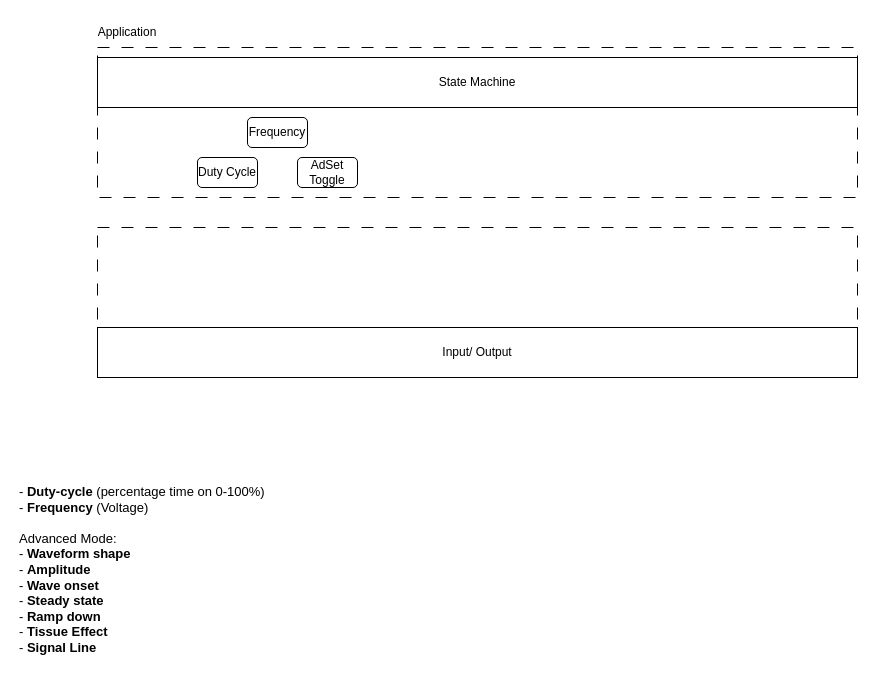
Before: page "EMS" (1 of 6) of Embedded_Sys_Software_Architecture.drawio in PJPDQ/Engineering-Workflows, a draw.io diagram. Source tidied: cells renumbered, new cells numbered last; positions are measured from the earlier drawing's top-left corner, leaving out a move shared by most shapes. Both pictures are drawn from the tidied source at 100%, with x=0, y=0 at pixel (17, 17).
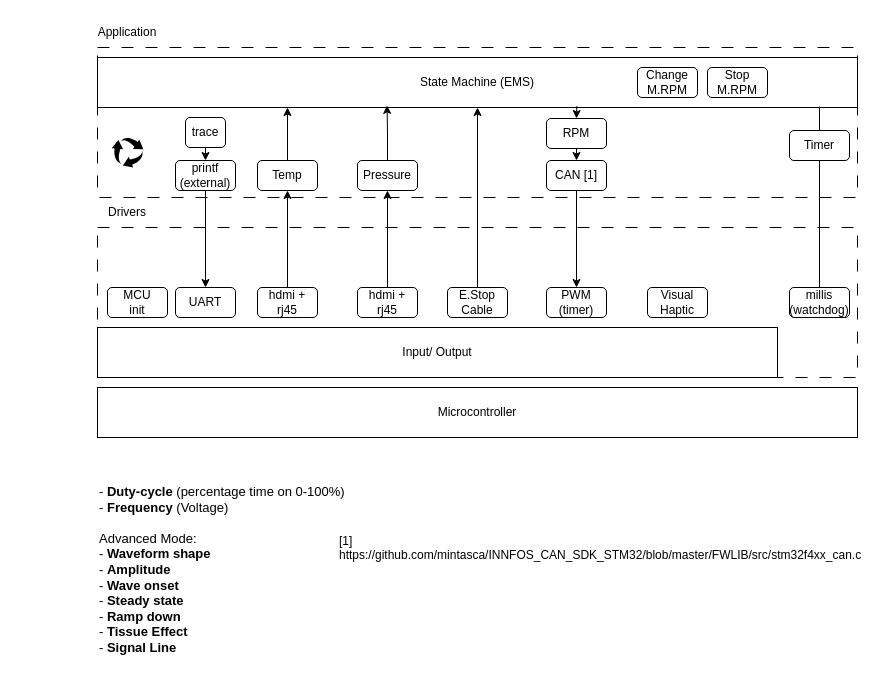
The same page after the edit.

What changed in the source:
```diff
@@
-    <mxCell id="3" value="State Machine" style="rounded=0;whiteSpace=wrap;html=1;" parent="1" vertex="1">
+    <mxCell id="3" value="State Machine (EMS)" style="rounded=0;whiteSpace=wrap;html=1;" parent="1" vertex="1">
       <mxGeometry x="80" y="40" width="760" height="50" as="geometry" />
     </mxCell>
@@
     <mxCell id="6" value="Input/ Output" style="rounded=0;whiteSpace=wrap;html=1;" parent="1" vertex="1">
-      <mxGeometry x="80" y="310" width="760" height="50" as="geometry" />
+      <mxGeometry x="80" y="310" width="680" height="50" as="geometry" />
     </mxCell>
+    <mxCell id="11" style="edgeStyle=orthogonalEdgeStyle;rounded=0;jettySize=auto;html=1;exitX=0.5;exitY=0;exitDx=0;exitDy=0;entryX=0.25;entryY=1;entryDx=0;entryDy=0;" parent="1" edge="1" source="7" target="3">
+      <mxGeometry relative="1" as="geometry" />
+    </mxCell>
-    <mxCell id="7" value="Duty Cycle" style="rounded=1;whiteSpace=wrap;html=1;" parent="1" vertex="1">
-      <mxGeometry x="180" y="140" width="60" height="30" as="geometry" />
+    <mxCell id="7" value="Temp" style="rounded=1;whiteSpace=wrap;html=1;" parent="1" vertex="1">
+      <mxGeometry x="240" y="143" width="60" height="30" as="geometry" />
     </mxCell>
-    <mxCell id="8" value="Frequency" style="rounded=1;whiteSpace=wrap;html=1;" parent="1" vertex="1">
-      <mxGeometry x="230" y="100" width="60" height="30" as="geometry" />
+    <mxCell id="8" value="Pressure" style="rounded=1;whiteSpace=wrap;html=1;" parent="1" vertex="1">
+      <mxGeometry x="340" y="143" width="60" height="30" as="geometry" />
     </mxCell>
+    <mxCell id="12" style="edgeStyle=orthogonalEdgeStyle;rounded=0;jettySize=auto;html=1;exitX=0.5;exitY=1;exitDx=0;exitDy=0;entryX=0.5;entryY=0;entryDx=0;entryDy=0;" parent="1" edge="1" source="9" target="29">
+      <mxGeometry relative="1" as="geometry" />
+    </mxCell>
-    <mxCell id="9" value="AdSet Toggle" style="rounded=1;whiteSpace=wrap;html=1;" parent="1" vertex="1">
-      <mxGeometry x="280" y="140" width="60" height="30" as="geometry" />
+    <mxCell id="9" value="RPM" style="rounded=1;whiteSpace=wrap;html=1;" parent="1" vertex="1">
+      <mxGeometry x="529" y="101" width="60" height="30" as="geometry" />
     </mxCell>
     <mxCell id="10" value="&lt;span style=&quot;color: rgb(0, 0, 0); font-family: Arial; font-size: 13px; font-style: normal; font-variant-ligatures: normal; font-variant-caps: normal; font-weight: normal; letter-spacing: normal; orphans: 2; text-align: left; text-indent: 0px; text-transform: none; widows: 2; word-spacing: 0px; -webkit-text-stroke-width: 0px; white-space: pre-wrap; text-decoration: none; text-decoration-skip-ink: none;&quot;&gt;- &lt;/span&gt;&lt;span style=&quot;color: rgb(0, 0, 0); font-family: Arial; font-size: 13px; font-style: normal; font-variant-ligatures: normal; font-variant-caps: normal; letter-spacing: normal; orphans: 2; text-align: left; text-indent: 0px; text-transform: none; widows: 2; word-spacing: 0px; -webkit-text-stroke-width: 0px; white-space: pre-wrap; text-decoration: none; font-weight: bold; text-decoration-skip-ink: none;&quot;&gt;Duty-cycle&lt;/span&gt;&lt;span style=&quot;color: rgb(0, 0, 0); font-family: Arial; font-size: 13px; font-style: normal; font-variant-ligatures: normal; font-variant-caps: normal; font-weight: normal; letter-spacing: normal; orphans: 2; text-align: left; text-indent: 0px; text-transform: none; widows: 2; word-spacing: 0px; -webkit-text-stroke-width: 0px; white-space: pre-wrap; text-decoration: none; text-decoration-skip-ink: none;&quot;&gt; (percentage time on 0-100%)&#10;- &lt;/span&gt;&lt;span style=&quot;color: rgb(0, 0, 0); font-family: Arial; font-size: 13px; font-style: normal; font-variant-ligatures: normal; font-variant-caps: normal; letter-spacing: normal; orphans: 2; text-align: left; text-indent: 0px; text-transform: none; widows: 2; word-spacing: 0px; -webkit-text-stroke-width: 0px; white-space: pre-wrap; text-decoration: none; font-weight: bold; text-decoration-skip-ink: none;&quot;&gt;Frequency &lt;/span&gt;&lt;span style=&quot;color: rgb(0, 0, 0); font-family: Arial; font-size: 13px; font-style: normal; font-variant-ligatures: normal; font-variant-caps: normal; font-weight: normal; letter-spacing: normal; orphans: 2; text-align: left; text-indent: 0px; text-transform: none; widows: 2; word-spacing: 0px; -webkit-text-stroke-width: 0px; white-space: pre-wrap; text-decoration: none; text-decoration-skip-ink: none;&quot;&gt;(Voltage)&#10;&#10;Advanced Mode:&#10;- &lt;/span&gt;&lt;span style=&quot;color: rgb(0, 0, 0); font-family: Arial; font-size: 13px; font-style: normal; font-variant-ligatures: normal; font-variant-caps: normal; letter-spacing: normal; orphans: 2; text-align: left; text-indent: 0px; text-transform: none; widows: 2; word-spacing: 0px; -webkit-text-stroke-width: 0px; white-space: pre-wrap; text-decoration: none; font-weight: bold; text-decoration-skip-ink: none;&quot;&gt;Waveform shape&lt;/span&gt;&lt;span style=&quot;color: rgb(0, 0, 0); font-family: Arial; font-size: 13px; font-style: normal; font-variant-ligatures: normal; font-variant-caps: normal; font-weight: normal; letter-spacing: normal; orphans: 2; text-align: left; text-indent: 0px; text-transform: none; widows: 2; word-spacing: 0px; -webkit-text-stroke-width: 0px; white-space: pre-wrap; text-decoration: none; text-decoration-skip-ink: none;&quot;&gt;&#10;- &lt;/span&gt;&lt;span style=&quot;color: rgb(0, 0, 0); font-family: Arial; font-size: 13px; font-style: normal; font-variant-ligatures: normal; font-variant-caps: normal; letter-spacing: normal; orphans: 2; text-align: left; text-indent: 0px; text-transform: none; widows: 2; word-spacing: 0px; -webkit-text-stroke-width: 0px; white-space: pre-wrap; text-decoration: none; font-weight: bold; text-decoration-skip-ink: none;&quot;&gt;Amplitude&lt;/span&gt;&lt;span style=&quot;color: rgb(0, 0, 0); font-family: Arial; font-size: 13px; font-style: normal; font-variant-ligatures: normal; font-variant-caps: normal; font-weight: normal; letter-spacing: normal; orphans: 2; text-align: left; text-indent: 0px; text-transform: none; widows: 2; word-spacing: 0px; -webkit-text-stroke-width: 0px; white-space: pre-wrap; text-decoration: none; text-decoration-skip-ink: none;&quot;&gt;&#10;- &lt;/span&gt;&lt;span style=&quot;color: rgb(0, 0, 0); font-family: Arial; font-size: 13px; font-style: normal; font-variant-ligatures: normal; font-variant-caps: normal; letter-spacing: normal; orphans: 2; text-align: left; text-indent: 0px; text-transform: none; widows: 2; word-spacing: 0px; -webkit-text-stroke-width: 0px; white-space: pre-wrap; text-decoration: none; font-weight: bold; text-decoration-skip-ink: none;&quot;&gt;Wave onset&lt;/span&gt;&lt;span style=&quot;color: rgb(0, 0, 0); font-family: Arial; font-size: 13px; font-style: normal; font-variant-ligatures: normal; font-variant-caps: normal; font-weight: normal; letter-spacing: normal; orphans: 2; text-align: left; text-indent: 0px; text-transform: none; widows: 2; word-spacing: 0px; -webkit-text-stroke-width: 0px; white-space: pre-wrap; text-decoration: none; text-decoration-skip-ink: none;&quot;&gt;&#10;- &lt;/span&gt;&lt;span style=&quot;color: rgb(0, 0, 0); font-family: Arial; font-size: 13px; font-style: normal; font-variant-ligatures: normal; font-variant-caps: normal; letter-spacing: normal; orphans: 2; text-align: left; text-indent: 0px; text-transform: none; widows: 2; word-spacing: 0px; -webkit-text-stroke-width: 0px; white-space: pre-wrap; text-decoration: none; font-weight: bold; text-decoration-skip-ink: none;&quot;&gt;Steady state&lt;/span&gt;&lt;span style=&quot;color: rgb(0, 0, 0); font-family: Arial; font-size: 13px; font-style: normal; font-variant-ligatures: normal; font-variant-caps: normal; font-weight: normal; letter-spacing: normal; orphans: 2; text-align: left; text-indent: 0px; text-transform: none; widows: 2; word-spacing: 0px; -webkit-text-stroke-width: 0px; white-space: pre-wrap; text-decoration: none; text-decoration-skip-ink: none;&quot;&gt;&#10;- &lt;/span&gt;&lt;span style=&quot;color: rgb(0, 0, 0); font-family: Arial; font-size: 13px; font-style: normal; font-variant-ligatures: normal; font-variant-caps: normal; letter-spacing: normal; orphans: 2; text-align: left; text-indent: 0px; text-transform: none; widows: 2; word-spacing: 0px; -webkit-text-stroke-width: 0px; white-space: pre-wrap; text-decoration: none; font-weight: bold; text-decoration-skip-ink: none;&quot;&gt;Ramp down&lt;/span&gt;&lt;span style=&quot;color: rgb(0, 0, 0); font-family: Arial; font-size: 13px; font-style: normal; font-variant-ligatures: normal; font-variant-caps: normal; font-weight: normal; letter-spacing: normal; orphans: 2; text-align: left; text-indent: 0px; text-transform: none; widows: 2; word-spacing: 0px; -webkit-text-stroke-width: 0px; white-space: pre-wrap; text-decoration: none; text-decoration-skip-ink: none;&quot;&gt;&#10;- &lt;/span&gt;&lt;span style=&quot;color: rgb(0, 0, 0); font-family: Arial; font-size: 13px; font-style: normal; font-variant-ligatures: normal; font-variant-caps: normal; letter-spacing: normal; orphans: 2; text-align: left; text-indent: 0px; text-transform: none; widows: 2; word-spacing: 0px; -webkit-text-stroke-width: 0px; white-space: pre-wrap; text-decoration: none; font-weight: bold; text-decoration-skip-ink: none;&quot;&gt;Tissue Effect&lt;/span&gt;&lt;span style=&quot;color: rgb(0, 0, 0); font-family: Arial; font-size: 13px; font-style: normal; font-variant-ligatures: normal; font-variant-caps: normal; font-weight: normal; letter-spacing: normal; orphans: 2; text-align: left; text-indent: 0px; text-transform: none; widows: 2; word-spacing: 0px; -webkit-text-stroke-width: 0px; white-space: pre-wrap; text-decoration: none; text-decoration-skip-ink: none;&quot;&gt;&#10;- &lt;/span&gt;&lt;span style=&quot;color: rgb(0, 0, 0); font-family: Arial; font-size: 13px; font-style: normal; font-variant-ligatures: normal; font-variant-caps: normal; letter-spacing: normal; orphans: 2; text-align: left; text-indent: 0px; text-transform: none; widows: 2; word-spacing: 0px; -webkit-text-stroke-width: 0px; white-space: pre-wrap; text-decoration: none; font-weight: bold; text-decoration-skip-ink: none;&quot;&gt;Signal Line&lt;/span&gt;" style="text;whiteSpace=wrap;html=1;" parent="1" vertex="1">
-      <mxGeometry y="460" width="280" height="200" as="geometry" />
+      <mxGeometry x="80" y="460" width="280" height="200" as="geometry" />
     </mxCell>
+    <mxCell id="13" value="UART" style="rounded=1;whiteSpace=wrap;html=1;" parent="1" vertex="1">
+      <mxGeometry x="158" y="270" width="60" height="30" as="geometry" />
+    </mxCell>
+    <mxCell id="14" style="edgeStyle=orthogonalEdgeStyle;rounded=0;jettySize=auto;html=1;exitX=0.5;exitY=0;exitDx=0;exitDy=0;entryX=0.5;entryY=1;entryDx=0;entryDy=0;" parent="1" edge="1" source="15" target="7">
+      <mxGeometry relative="1" as="geometry" />
+    </mxCell>
+    <mxCell id="15" value="hdmi + rj45" style="rounded=1;whiteSpace=wrap;html=1;" parent="1" vertex="1">
+      <mxGeometry x="240" y="270" width="60" height="30" as="geometry" />
+    </mxCell>
+    <mxCell id="16" style="edgeStyle=orthogonalEdgeStyle;rounded=0;jettySize=auto;html=1;exitX=0.5;exitY=0;exitDx=0;exitDy=0;entryX=0.5;entryY=1;entryDx=0;entryDy=0;" parent="1" edge="1" source="17" target="8">
+      <mxGeometry relative="1" as="geometry" />
+    </mxCell>
+    <mxCell id="17" value="hdmi + rj45" style="rounded=1;whiteSpace=wrap;html=1;" parent="1" vertex="1">
+      <mxGeometry x="340" y="270" width="60" height="30" as="geometry" />
+    </mxCell>
+    <mxCell id="18" value="PWM (timer)" style="rounded=1;whiteSpace=wrap;html=1;" parent="1" vertex="1">
+      <mxGeometry x="529" y="270" width="60" height="30" as="geometry" />
+    </mxCell>
+    <mxCell id="19" value="Visual Haptic" style="rounded=1;whiteSpace=wrap;html=1;" parent="1" vertex="1">
+      <mxGeometry x="630" y="270" width="60" height="30" as="geometry" />
+    </mxCell>
+    <mxCell id="20" value="millis&lt;div&gt;(watchdog)&lt;/div&gt;" style="rounded=1;whiteSpace=wrap;html=1;" parent="1" vertex="1">
+      <mxGeometry x="772" y="270" width="60" height="30" as="geometry" />
+    </mxCell>
+    <mxCell id="21" value="MCU&lt;div&gt;init&lt;/div&gt;" style="rounded=1;whiteSpace=wrap;html=1;" parent="1" vertex="1">
+      <mxGeometry x="90" y="270" width="60" height="30" as="geometry" />
+    </mxCell>
+    <mxCell id="22" style="edgeStyle=orthogonalEdgeStyle;rounded=0;jettySize=auto;html=1;exitX=0.5;exitY=1;exitDx=0;exitDy=0;entryX=0.5;entryY=0;entryDx=0;entryDy=0;" parent="1" edge="1" source="23" target="13">
+      <mxGeometry relative="1" as="geometry" />
+    </mxCell>
+    <mxCell id="23" value="printf (external)" style="rounded=1;whiteSpace=wrap;html=1;" parent="1" vertex="1">
+      <mxGeometry x="158" y="143" width="60" height="30" as="geometry" />
+    </mxCell>
+    <mxCell id="24" style="edgeStyle=orthogonalEdgeStyle;rounded=0;jettySize=auto;html=1;exitX=0.5;exitY=1;exitDx=0;exitDy=0;entryX=0.5;entryY=0;entryDx=0;entryDy=0;" parent="1" edge="1" source="25" target="23">
+      <mxGeometry relative="1" as="geometry" />
+    </mxCell>
+    <mxCell id="25" value="trace" style="rounded=1;whiteSpace=wrap;html=1;" parent="1" vertex="1">
+      <mxGeometry x="168" y="100" width="40" height="30" as="geometry" />
+    </mxCell>
+    <mxCell id="26" style="edgeStyle=orthogonalEdgeStyle;rounded=0;jettySize=auto;html=1;exitX=0.5;exitY=0;exitDx=0;exitDy=0;entryX=0.381;entryY=0.958;entryDx=0;entryDy=0;entryPerimeter=0;" parent="1" edge="1" source="8" target="3">
+      <mxGeometry relative="1" as="geometry" />
+    </mxCell>
+    <mxCell id="27" style="edgeStyle=orthogonalEdgeStyle;rounded=0;jettySize=auto;html=1;exitX=0.5;exitY=0;exitDx=0;exitDy=0;entryX=0.632;entryY=0.973;entryDx=0;entryDy=0;entryPerimeter=0;endArrow=none;endFill=0;startArrow=classic;startFill=1;" parent="1" edge="1" source="9">
+      <mxGeometry relative="1" as="geometry">
+        <mxPoint x="559.3" y="88.6" as="targetPoint" />
+      </mxGeometry>
+    </mxCell>
+    <mxCell id="28" style="edgeStyle=orthogonalEdgeStyle;rounded=0;jettySize=auto;html=1;exitX=0.5;exitY=1;exitDx=0;exitDy=0;entryX=0.5;entryY=0;entryDx=0;entryDy=0;" parent="1" edge="1" source="29" target="18">
+      <mxGeometry relative="1" as="geometry" />
+    </mxCell>
+    <mxCell id="29" value="CAN [1]" style="rounded=1;whiteSpace=wrap;html=1;" parent="1" vertex="1">
+      <mxGeometry x="529" y="143" width="60" height="30" as="geometry" />
+    </mxCell>
+    <mxCell id="30" value="[1] https://github.com/mintasca/INNFOS_CAN_SDK_STM32/blob/master/FWLIB/src/stm32f4xx_can.c" style="text;whiteSpace=wrap;" parent="1" vertex="1">
+      <mxGeometry x="320" y="510" width="290" height="40" as="geometry" />
+    </mxCell>
+    <mxCell id="31" style="edgeStyle=orthogonalEdgeStyle;rounded=0;jettySize=auto;html=1;exitX=0.5;exitY=0;exitDx=0;exitDy=0;entryX=0.5;entryY=1;entryDx=0;entryDy=0;" parent="1" edge="1" source="32" target="3">
+      <mxGeometry relative="1" as="geometry" />
+    </mxCell>
+    <mxCell id="32" value="E.Stop Cable" style="rounded=1;whiteSpace=wrap;html=1;" parent="1" vertex="1">
+      <mxGeometry x="430" y="270" width="60" height="30" as="geometry" />
+    </mxCell>
+    <mxCell id="33" value="Change M.RPM" style="rounded=1;whiteSpace=wrap;html=1;" parent="1" vertex="1">
+      <mxGeometry x="620" y="50" width="60" height="30" as="geometry" />
+    </mxCell>
+    <mxCell id="34" value="Stop M.RPM" style="rounded=1;whiteSpace=wrap;html=1;" parent="1" vertex="1">
+      <mxGeometry x="690" y="50" width="60" height="30" as="geometry" />
+    </mxCell>
+    <mxCell id="35" style="edgeStyle=orthogonalEdgeStyle;rounded=0;jettySize=auto;html=1;exitX=0.5;exitY=1;exitDx=0;exitDy=0;endArrow=none;endFill=0;entryX=0.5;entryY=0;entryDx=0;entryDy=0;" parent="1" edge="1" source="36" target="20">
+      <mxGeometry relative="1" as="geometry" />
+    </mxCell>
+    <mxCell id="36" value="Timer" style="rounded=1;whiteSpace=wrap;html=1;" parent="1" vertex="1">
+      <mxGeometry x="772" y="113" width="60" height="30" as="geometry" />
+    </mxCell>
+    <mxCell id="37" style="edgeStyle=orthogonalEdgeStyle;rounded=0;jettySize=auto;html=1;exitX=0.5;exitY=0;exitDx=0;exitDy=0;entryX=0.903;entryY=0.978;entryDx=0;entryDy=0;entryPerimeter=0;endArrow=none;endFill=0;" parent="1" edge="1" source="36">
+      <mxGeometry relative="1" as="geometry">
+        <mxPoint x="802" y="89" as="targetPoint" />
+      </mxGeometry>
+    </mxCell>
+    <mxCell id="38" value="Microcontroller" style="rounded=0;whiteSpace=wrap;html=1;" parent="1" vertex="1">
+      <mxGeometry x="80" y="370" width="760" height="50" as="geometry" />
+    </mxCell>
+    <mxCell id="39" value="Drivers" style="text;html=1;align=center;verticalAlign=middle;whiteSpace=wrap;rounded=0;" parent="1" vertex="1">
+      <mxGeometry x="80" y="180" width="60" height="30" as="geometry" />
+    </mxCell>
+    <mxCell id="40" style="sketch=0;html=1;strokeColor=none;shadow=0;fillColor=#00000;verticalAlign=top;labelPosition=center;verticalLabelPosition=bottom;shape=mxgraph.gcp2.arrow_cycle;" parent="1" vertex="1">
+      <mxGeometry x="94.2" y="120" width="31.6" height="30" as="geometry" />
+    </mxCell>
```
